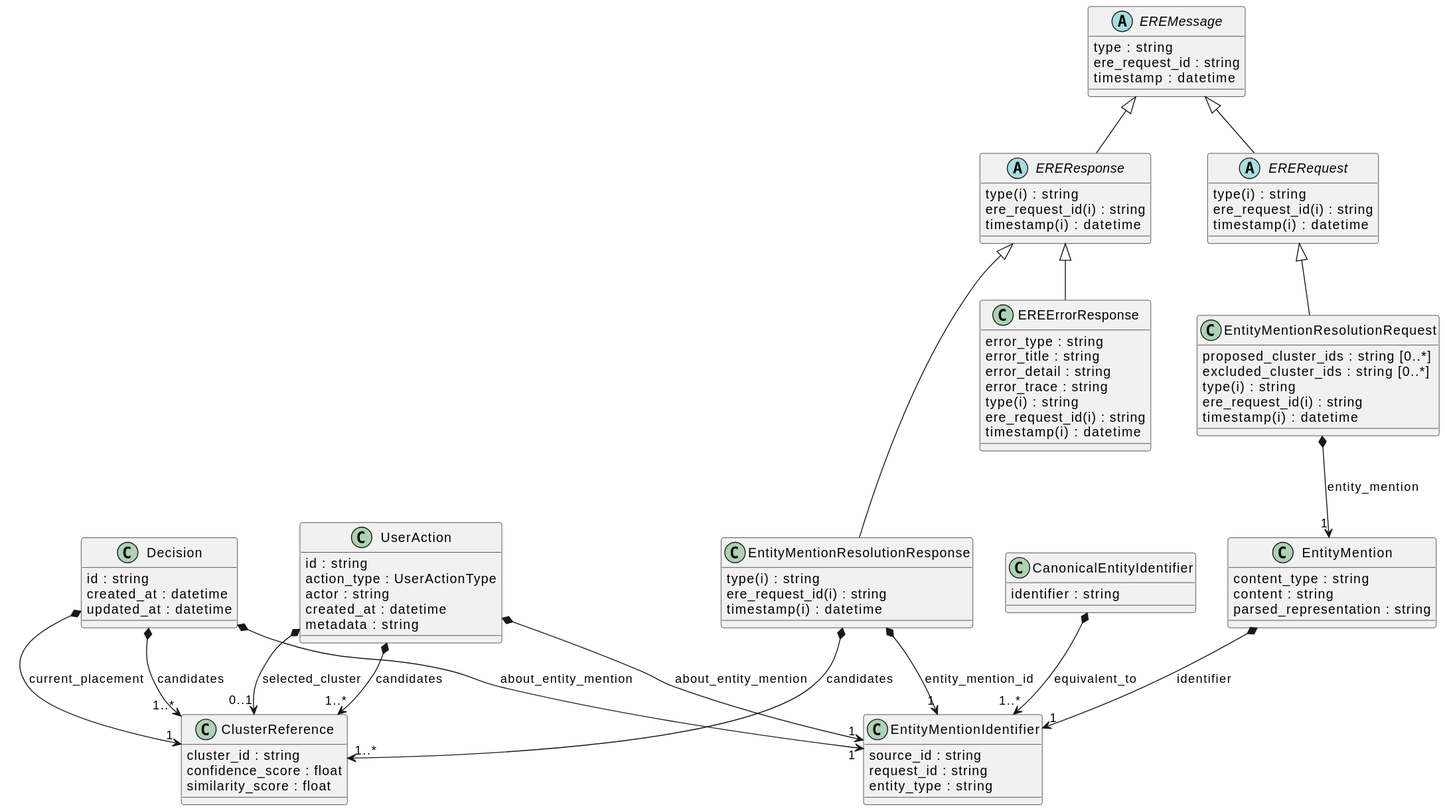
Earlier version of the PlantUML export docs/schema/EreServiceSchema.svg (OP-TED/entity-resolution-spec).
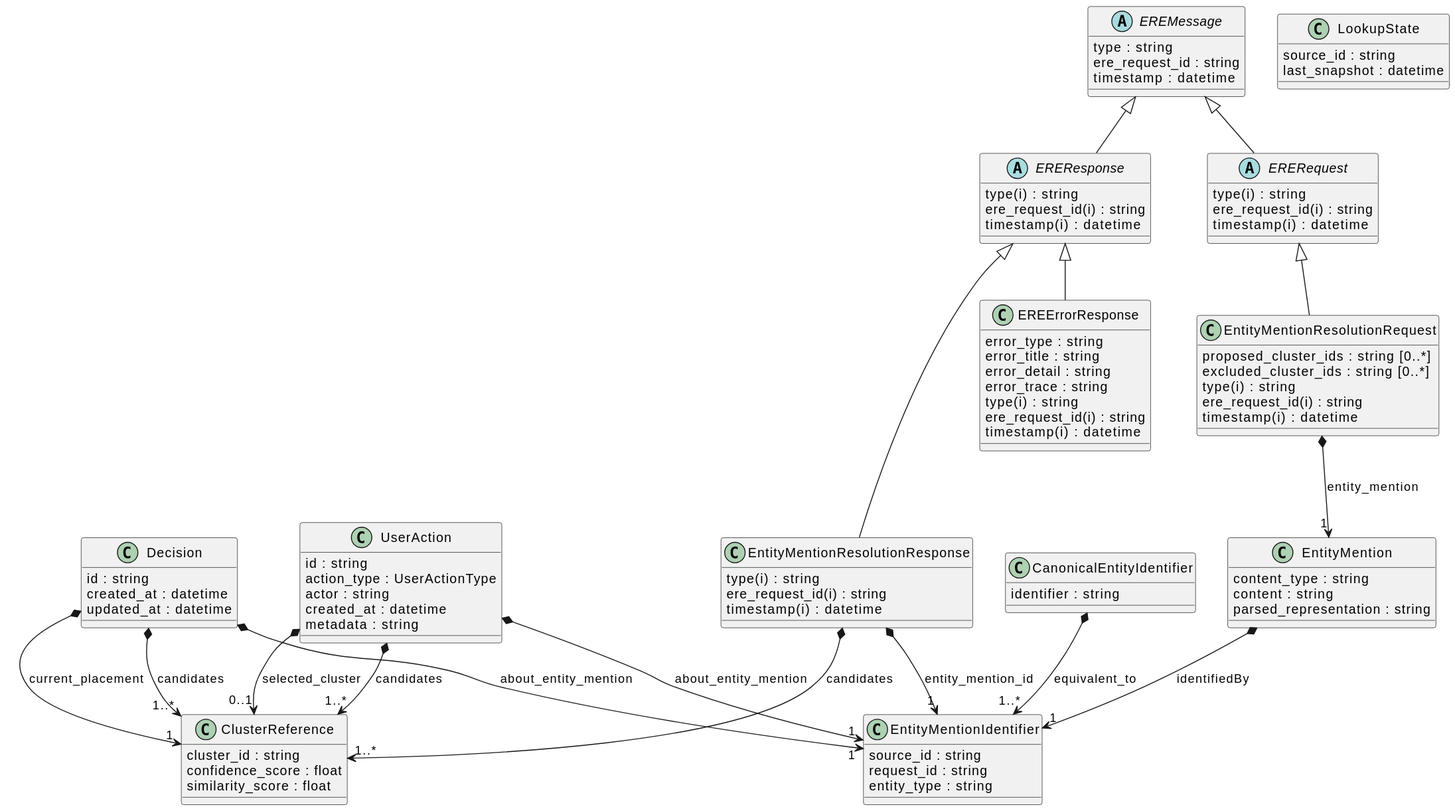
After the commit.

What changed in the source:
```diff
@@ -19,6 +19,10 @@
 "UserAction" *--> "0..1" "ClusterReference" : "selected_cluster"
 "UserAction" *--> "1..*" "ClusterReference" : "candidates"
 "UserAction" *--> "1" "EntityMentionIdentifier" : "about_entity_mention"
+class "LookupState" [[{Tracks the resolution state for entity mentions from a particular source.}]] {
+    {field} source_id : string
+    {field} last_snapshot : datetime
+}
 class "CanonicalEntityIdentifier" [[{A logical identity construct providing a stable identity anchor.}]] {
     {field} identifier : string
 }
@@ -40,7 +44,7 @@
 "CanonicalEntityIdentifier" *--> "1..*" "EntityMentionIdentifier" : "equivalent_to"
 "Decision" *--> "1" "EntityMentionIdentifier" : "about_entity_mention"
 "EntityMentionResolutionResponse" *--> "1" "EntityMentionIdentifier" : "entity_mention_id"
-"EntityMention" *--> "1" "EntityMentionIdentifier" : "identifier"
+"EntityMention" *--> "1" "EntityMentionIdentifier" : "identifiedBy"
 abstract "EREResponse" [[{Root class to represent all the responses sent by the ERE.}]] {
     {field} type(i) : string
     {field} ere_request_id(i) : string
```
